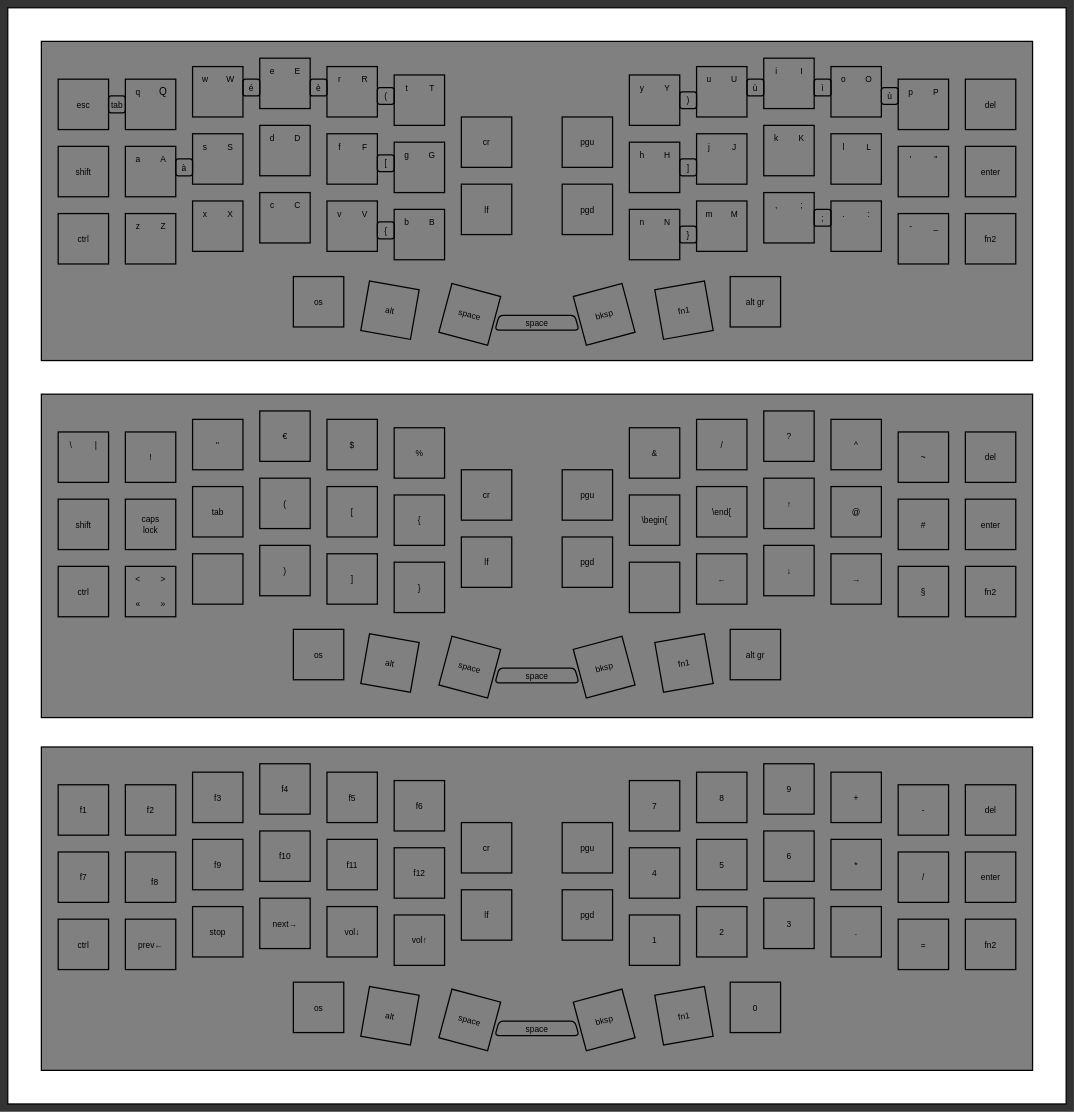
Above: layout.dio in dellarosciagiorgio/crkbd (draw.io), before the change. Source tidied: cells renumbered, new cells numbered last; positions are measured from the earlier drawing's top-left corner, leaving out a move shared by most shapes. Both pictures are drawn from the tidied source at 42%, with x=0, y=0 at pixel (8, 8).
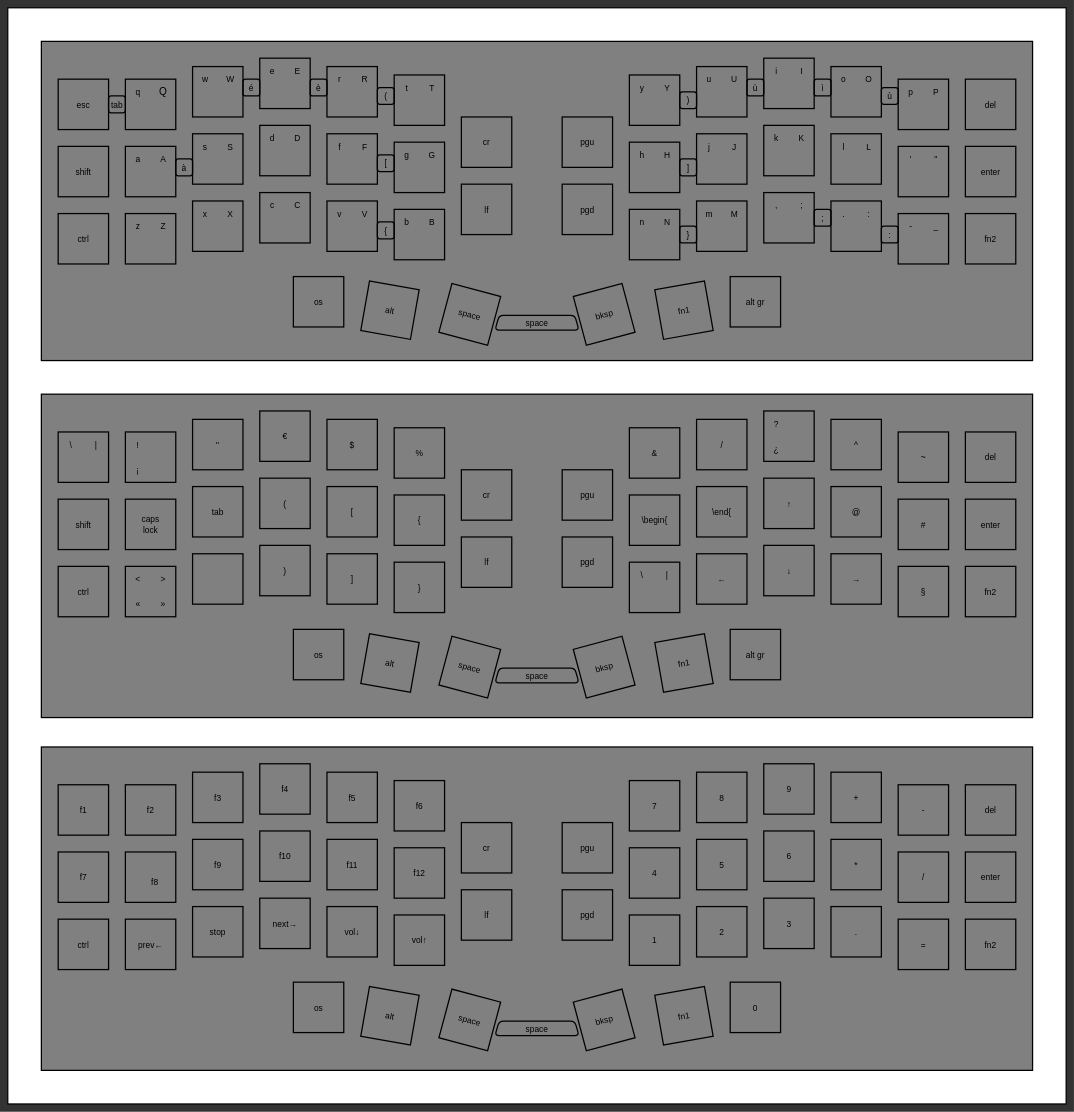
The same diagram, later.

Unchanged cells that the change refers to:
```xml
<mxCell id="36" style="rounded=0;whiteSpace=wrap;html=1;strokeColor=#000000;strokeWidth=3;fillColor=none;fontColor=default;flipH=1;flipV=0;" parent="1" vertex="1">
  <mxGeometry x="1960" y="460" width="120" height="120" as="geometry" />
</mxCell>
<mxCell id="228" style="rounded=1;whiteSpace=wrap;html=1;strokeColor=#000000;strokeWidth=3;fillColor=none;fontColor=default;" parent="1" vertex="1">
  <mxGeometry x="1920" y="480" width="40" height="40" as="geometry" />
</mxCell>
```

Diff of the diagram source:
```diff
@@
+    <mxCell id="348" style="edgeStyle=none;html=1;" parent="1" edge="1" source="228" target="36">
+      <mxGeometry relative="1" as="geometry" />
+    </mxCell>
@@
     <mxCell id="297" value="&lt;font style=&quot;font-size: 20px; color: rgb(0, 0, 0);&quot;&gt;!&lt;/font&gt;" style="text;html=1;strokeColor=none;fillColor=none;align=center;verticalAlign=middle;whiteSpace=wrap;rounded=0;strokeWidth=1;fontFamily=Cascadia Code;fontColor=default;" parent="1" vertex="1">
-      <mxGeometry x="310" y="1040" width="60" height="60" as="geometry" />
+      <mxGeometry x="280" y="1010" width="60" height="60" as="geometry" />
     </mxCell>
@@
     <mxCell id="320" value="&lt;font style=&quot;font-size: 20px; color: rgb(0, 0, 0);&quot;&gt;?&lt;/font&gt;" style="text;html=1;strokeColor=none;fillColor=none;align=center;verticalAlign=middle;whiteSpace=wrap;rounded=0;strokeWidth=1;fontFamily=Cascadia Code;fontColor=default;" parent="1" vertex="1">
-      <mxGeometry x="1830" y="990" width="60" height="60" as="geometry" />
+      <mxGeometry x="1800" y="960" width="60" height="60" as="geometry" />
     </mxCell>
@@
+    <mxCell id="349" style="rounded=1;whiteSpace=wrap;html=1;strokeColor=#000000;strokeWidth=3;fillColor=none;fontColor=default;" parent="1" vertex="1">
+      <mxGeometry x="2080" y="520" width="40" height="40" as="geometry" />
+    </mxCell>
+    <mxCell id="350" value="&lt;font style=&quot;font-size: 20px; color: rgb(0, 0, 0);&quot;&gt;:&lt;/font&gt;" style="text;html=1;strokeColor=none;fillColor=none;align=center;verticalAlign=middle;whiteSpace=wrap;rounded=0;strokeWidth=1;fontFamily=Cascadia Code;fontColor=default;" parent="1" vertex="1">
+      <mxGeometry x="2090" y="530" width="20" height="20" as="geometry" />
+    </mxCell>
+    <mxCell id="351" value="&lt;font style=&quot;font-size: 20px; color: rgb(0, 0, 0);&quot;&gt;\&lt;/font&gt;" style="text;html=1;strokeColor=none;fillColor=none;align=center;verticalAlign=middle;whiteSpace=wrap;rounded=0;strokeWidth=1;fontFamily=Cascadia Code;fontColor=default;" parent="1" vertex="1">
+      <mxGeometry x="1480" y="1320" width="60" height="60" as="geometry" />
+    </mxCell>
+    <mxCell id="352" value="&lt;font style=&quot;font-size: 20px; color: rgb(0, 0, 0);&quot;&gt;|&lt;/font&gt;" style="text;html=1;strokeColor=none;fillColor=none;align=center;verticalAlign=middle;whiteSpace=wrap;rounded=0;strokeWidth=1;fontFamily=Cascadia Code;fontColor=default;" parent="1" vertex="1">
+      <mxGeometry x="1540" y="1320" width="60" height="60" as="geometry" />
+    </mxCell>
+    <mxCell id="353" value="&lt;font style=&quot;font-size: 20px; color: rgb(0, 0, 0);&quot;&gt;¡&lt;/font&gt;" style="text;html=1;strokeColor=none;fillColor=none;align=center;verticalAlign=middle;whiteSpace=wrap;rounded=0;strokeWidth=1;fontFamily=Cascadia Code;fontColor=default;" parent="1" vertex="1">
+      <mxGeometry x="280" y="1070" width="60" height="60" as="geometry" />
+    </mxCell>
+    <mxCell id="354" value="&lt;font style=&quot;font-size: 20px; color: rgb(0, 0, 0);&quot;&gt;¿&lt;/font&gt;" style="text;html=1;strokeColor=none;fillColor=none;align=center;verticalAlign=middle;whiteSpace=wrap;rounded=0;strokeWidth=1;fontFamily=Cascadia Code;fontColor=default;" parent="1" vertex="1">
+      <mxGeometry x="1800" y="1020" width="60" height="60" as="geometry" />
+    </mxCell>
```
